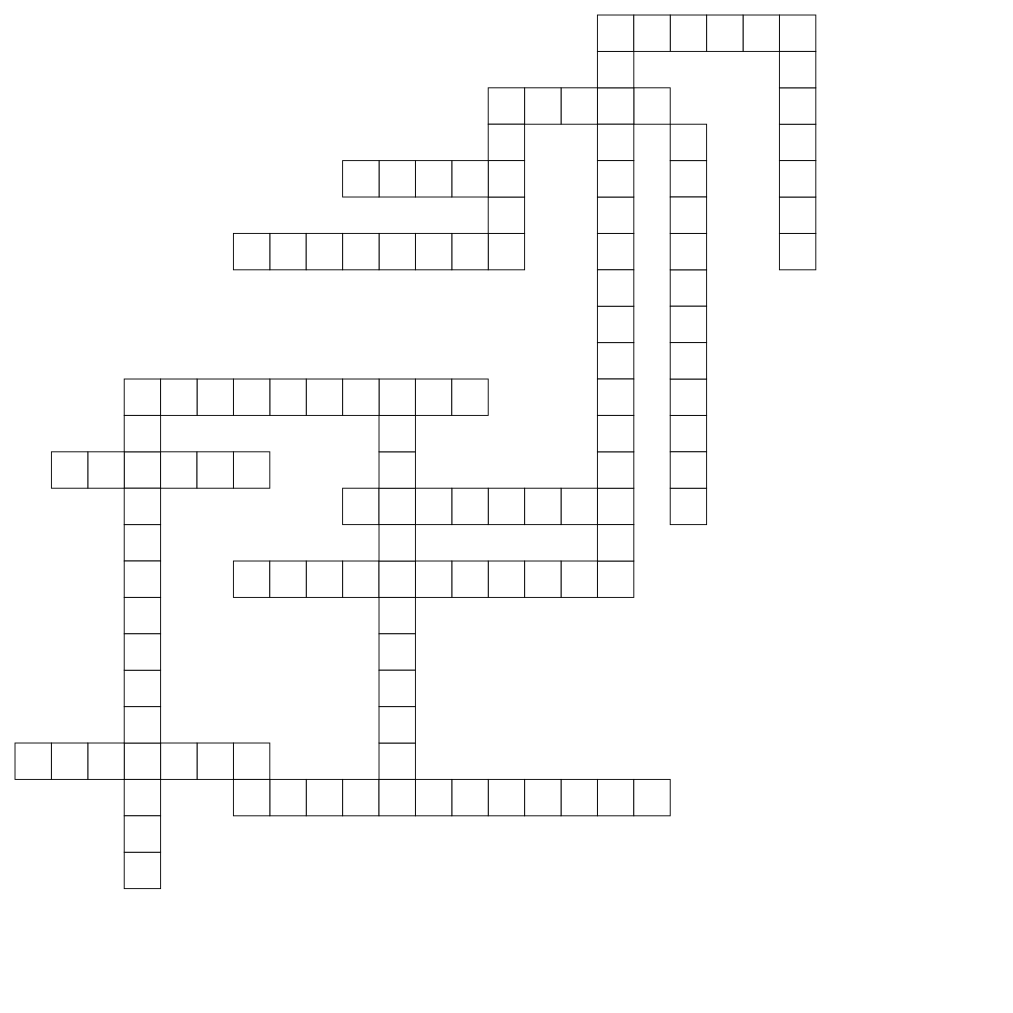
Above: Crossword.drawio in GeorgeShvab/diagrams (draw.io), before the change. Source tidied: cells renumbered, new cells numbered last; positions are measured from the earlier drawing's top-left corner, leaving out a move shared by most shapes. Both pictures are drawn from the tidied source at 91%, with x=0, y=0 at pixel (15, 15).
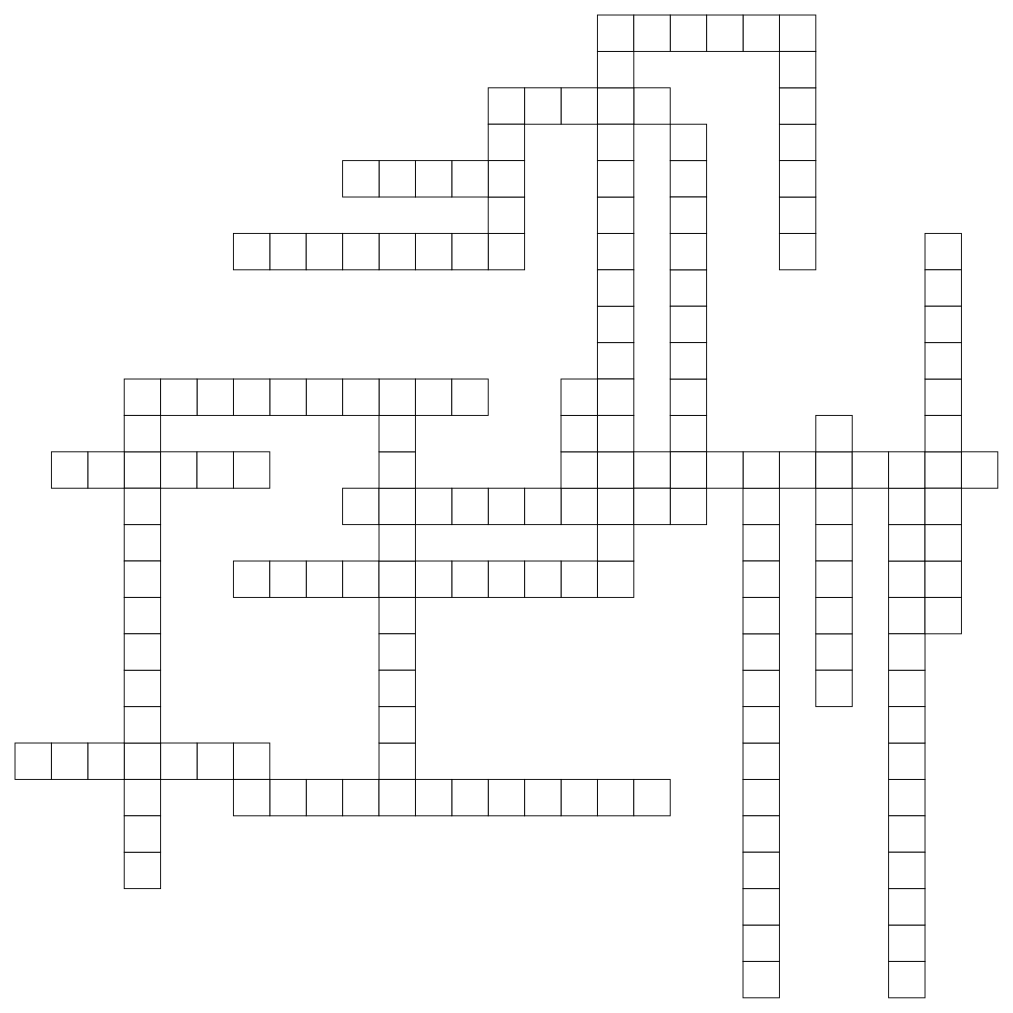
The same page after the edit.

Change to the diagram source:
```diff
@@
-    <mxCell id="8" style="rounded=0;whiteSpace=wrap;html=1;" parent="1" vertex="1">
+    <mxCell id="8" style="rounded=0;whiteSpace=wrap;html=1;fontSize=24;" parent="1" vertex="1">
       <mxGeometry x="640" width="40" height="40" as="geometry" />
     </mxCell>
@@
+    <mxCell id="130" style="rounded=0;whiteSpace=wrap;html=1;" parent="1" vertex="1">
+      <mxGeometry x="800" y="840" width="40" height="40" as="geometry" />
+    </mxCell>
+    <mxCell id="131" style="rounded=0;whiteSpace=wrap;html=1;" parent="1" vertex="1">
+      <mxGeometry x="800" y="880" width="40" height="40" as="geometry" />
+    </mxCell>
+    <mxCell id="132" style="rounded=0;whiteSpace=wrap;html=1;" parent="1" vertex="1">
+      <mxGeometry x="800" y="1000" width="40" height="40" as="geometry" />
+    </mxCell>
+    <mxCell id="133" style="rounded=0;whiteSpace=wrap;html=1;" parent="1" vertex="1">
+      <mxGeometry x="800" y="960" width="40" height="40" as="geometry" />
+    </mxCell>
+    <mxCell id="134" style="rounded=0;whiteSpace=wrap;html=1;" parent="1" vertex="1">
+      <mxGeometry x="800" y="920" width="40" height="40" as="geometry" />
+    </mxCell>
+    <mxCell id="135" style="rounded=0;whiteSpace=wrap;html=1;" parent="1" vertex="1">
+      <mxGeometry x="800" y="1040" width="40" height="40" as="geometry" />
+    </mxCell>
+    <mxCell id="136" style="rounded=0;whiteSpace=wrap;html=1;" parent="1" vertex="1">
+      <mxGeometry x="600" y="480" width="40" height="40" as="geometry" />
+    </mxCell>
+    <mxCell id="137" style="rounded=0;whiteSpace=wrap;html=1;" parent="1" vertex="1">
+      <mxGeometry x="600" y="440" width="40" height="40" as="geometry" />
+    </mxCell>
+    <mxCell id="138" style="rounded=0;whiteSpace=wrap;html=1;" parent="1" vertex="1">
+      <mxGeometry x="600" y="400" width="40" height="40" as="geometry" />
+    </mxCell>
+    <mxCell id="139" style="rounded=0;whiteSpace=wrap;html=1;" parent="1" vertex="1">
+      <mxGeometry x="800" y="560" width="40" height="40" as="geometry" />
+    </mxCell>
+    <mxCell id="140" style="rounded=0;whiteSpace=wrap;html=1;" parent="1" vertex="1">
+      <mxGeometry x="800" y="520" width="40" height="40" as="geometry" />
+    </mxCell>
+    <mxCell id="141" style="rounded=0;whiteSpace=wrap;html=1;" parent="1" vertex="1">
+      <mxGeometry x="800" y="600" width="40" height="40" as="geometry" />
+    </mxCell>
+    <mxCell id="142" style="rounded=0;whiteSpace=wrap;html=1;" parent="1" vertex="1">
+      <mxGeometry x="800" y="720" width="40" height="40" as="geometry" />
+    </mxCell>
+    <mxCell id="143" style="rounded=0;whiteSpace=wrap;html=1;" parent="1" vertex="1">
+      <mxGeometry x="800" y="680" width="40" height="40" as="geometry" />
+    </mxCell>
+    <mxCell id="144" style="rounded=0;whiteSpace=wrap;html=1;" parent="1" vertex="1">
+      <mxGeometry x="800" y="640" width="40" height="40" as="geometry" />
+    </mxCell>
+    <mxCell id="145" style="rounded=0;whiteSpace=wrap;html=1;" parent="1" vertex="1">
+      <mxGeometry x="800" y="800" width="40" height="40" as="geometry" />
+    </mxCell>
+    <mxCell id="146" style="rounded=0;whiteSpace=wrap;html=1;" parent="1" vertex="1">
+      <mxGeometry x="800" y="760" width="40" height="40" as="geometry" />
+    </mxCell>
+    <mxCell id="147" style="rounded=0;whiteSpace=wrap;html=1;" parent="1" vertex="1">
+      <mxGeometry x="800" y="480" width="40" height="40" as="geometry" />
+    </mxCell>
+    <mxCell id="148" style="rounded=0;whiteSpace=wrap;html=1;" parent="1" vertex="1">
+      <mxGeometry x="760" y="480" width="40" height="40" as="geometry" />
+    </mxCell>
+    <mxCell id="149" style="rounded=0;whiteSpace=wrap;html=1;" parent="1" vertex="1">
+      <mxGeometry x="680" y="480" width="40" height="40" as="geometry" />
+    </mxCell>
+    <mxCell id="150" style="rounded=0;whiteSpace=wrap;html=1;" parent="1" vertex="1">
+      <mxGeometry x="680" y="520" width="40" height="40" as="geometry" />
+    </mxCell>
+    <mxCell id="151" style="rounded=0;whiteSpace=wrap;html=1;" parent="1" vertex="1">
+      <mxGeometry x="840" y="480" width="40" height="40" as="geometry" />
+    </mxCell>
+    <mxCell id="152" style="rounded=0;whiteSpace=wrap;html=1;" parent="1" vertex="1">
+      <mxGeometry x="880" y="520" width="40" height="40" as="geometry" />
+    </mxCell>
+    <mxCell id="153" style="rounded=0;whiteSpace=wrap;html=1;" parent="1" vertex="1">
+      <mxGeometry x="880" y="480" width="40" height="40" as="geometry" />
+    </mxCell>
+    <mxCell id="154" style="rounded=0;whiteSpace=wrap;html=1;" parent="1" vertex="1">
+      <mxGeometry x="880" y="560" width="40" height="40" as="geometry" />
+    </mxCell>
+    <mxCell id="155" style="rounded=0;whiteSpace=wrap;html=1;" parent="1" vertex="1">
+      <mxGeometry x="880" y="680" width="40" height="40" as="geometry" />
+    </mxCell>
+    <mxCell id="156" style="rounded=0;whiteSpace=wrap;html=1;" parent="1" vertex="1">
+      <mxGeometry x="880" y="640" width="40" height="40" as="geometry" />
+    </mxCell>
+    <mxCell id="157" style="rounded=0;whiteSpace=wrap;html=1;" parent="1" vertex="1">
+      <mxGeometry x="880" y="600" width="40" height="40" as="geometry" />
+    </mxCell>
+    <mxCell id="158" style="rounded=0;whiteSpace=wrap;html=1;" parent="1" vertex="1">
+      <mxGeometry x="880" y="720" width="40" height="40" as="geometry" />
+    </mxCell>
+    <mxCell id="159" style="rounded=0;whiteSpace=wrap;html=1;" parent="1" vertex="1">
+      <mxGeometry x="880" y="440" width="40" height="40" as="geometry" />
+    </mxCell>
+    <mxCell id="160" style="rounded=0;whiteSpace=wrap;html=1;" parent="1" vertex="1">
+      <mxGeometry x="920" y="480" width="40" height="40" as="geometry" />
+    </mxCell>
+    <mxCell id="161" style="rounded=0;whiteSpace=wrap;html=1;" parent="1" vertex="1">
+      <mxGeometry x="960" y="600" width="40" height="40" as="geometry" />
+    </mxCell>
+    <mxCell id="162" style="rounded=0;whiteSpace=wrap;html=1;" parent="1" vertex="1">
+      <mxGeometry x="960" y="560" width="40" height="40" as="geometry" />
+    </mxCell>
+    <mxCell id="163" style="rounded=0;whiteSpace=wrap;html=1;" parent="1" vertex="1">
+      <mxGeometry x="960" y="520" width="40" height="40" as="geometry" />
+    </mxCell>
+    <mxCell id="164" style="rounded=0;whiteSpace=wrap;html=1;" parent="1" vertex="1">
+      <mxGeometry x="960" y="640" width="40" height="40" as="geometry" />
+    </mxCell>
+    <mxCell id="165" style="rounded=0;whiteSpace=wrap;html=1;" parent="1" vertex="1">
+      <mxGeometry x="960" y="840" width="40" height="40" as="geometry" />
+    </mxCell>
+    <mxCell id="166" style="rounded=0;whiteSpace=wrap;html=1;" parent="1" vertex="1">
+      <mxGeometry x="960" y="880" width="40" height="40" as="geometry" />
+    </mxCell>
+    <mxCell id="167" style="rounded=0;whiteSpace=wrap;html=1;" parent="1" vertex="1">
+      <mxGeometry x="960" y="1000" width="40" height="40" as="geometry" />
+    </mxCell>
+    <mxCell id="168" style="rounded=0;whiteSpace=wrap;html=1;" parent="1" vertex="1">
+      <mxGeometry x="960" y="960" width="40" height="40" as="geometry" />
+    </mxCell>
+    <mxCell id="169" style="rounded=0;whiteSpace=wrap;html=1;" parent="1" vertex="1">
+      <mxGeometry x="960" y="920" width="40" height="40" as="geometry" />
+    </mxCell>
+    <mxCell id="170" style="rounded=0;whiteSpace=wrap;html=1;" parent="1" vertex="1">
+      <mxGeometry x="960" y="1040" width="40" height="40" as="geometry" />
+    </mxCell>
+    <mxCell id="171" style="rounded=0;whiteSpace=wrap;html=1;" parent="1" vertex="1">
+      <mxGeometry x="960" y="720" width="40" height="40" as="geometry" />
+    </mxCell>
+    <mxCell id="172" style="rounded=0;whiteSpace=wrap;html=1;" parent="1" vertex="1">
+      <mxGeometry x="960" y="680" width="40" height="40" as="geometry" />
+    </mxCell>
+    <mxCell id="173" style="rounded=0;whiteSpace=wrap;html=1;" parent="1" vertex="1">
+      <mxGeometry x="960" y="800" width="40" height="40" as="geometry" />
+    </mxCell>
+    <mxCell id="174" style="rounded=0;whiteSpace=wrap;html=1;" parent="1" vertex="1">
+      <mxGeometry x="960" y="760" width="40" height="40" as="geometry" />
+    </mxCell>
+    <mxCell id="175" style="rounded=0;whiteSpace=wrap;html=1;" parent="1" vertex="1">
+      <mxGeometry x="960" y="480" width="40" height="40" as="geometry" />
+    </mxCell>
+    <mxCell id="176" style="rounded=0;whiteSpace=wrap;html=1;" parent="1" vertex="1">
+      <mxGeometry x="1000" y="480" width="40" height="40" as="geometry" />
+    </mxCell>
+    <mxCell id="177" style="rounded=0;whiteSpace=wrap;html=1;" parent="1" vertex="1">
+      <mxGeometry x="1040" y="480" width="40" height="40" as="geometry" />
+    </mxCell>
+    <mxCell id="178" style="rounded=0;whiteSpace=wrap;html=1;" parent="1" vertex="1">
+      <mxGeometry x="1000" y="600" width="40" height="40" as="geometry" />
+    </mxCell>
+    <mxCell id="179" style="rounded=0;whiteSpace=wrap;html=1;" parent="1" vertex="1">
+      <mxGeometry x="1000" y="560" width="40" height="40" as="geometry" />
+    </mxCell>
+    <mxCell id="180" style="rounded=0;whiteSpace=wrap;html=1;" parent="1" vertex="1">
+      <mxGeometry x="1000" y="520" width="40" height="40" as="geometry" />
+    </mxCell>
+    <mxCell id="181" style="rounded=0;whiteSpace=wrap;html=1;" parent="1" vertex="1">
+      <mxGeometry x="1000" y="640" width="40" height="40" as="geometry" />
+    </mxCell>
+    <mxCell id="182" style="rounded=0;whiteSpace=wrap;html=1;" parent="1" vertex="1">
+      <mxGeometry x="1000" y="240" width="40" height="40" as="geometry" />
+    </mxCell>
+    <mxCell id="183" style="rounded=0;whiteSpace=wrap;html=1;" parent="1" vertex="1">
+      <mxGeometry x="1000" y="280" width="40" height="40" as="geometry" />
+    </mxCell>
+    <mxCell id="184" style="rounded=0;whiteSpace=wrap;html=1;" parent="1" vertex="1">
+      <mxGeometry x="1000" y="400" width="40" height="40" as="geometry" />
+    </mxCell>
+    <mxCell id="185" style="rounded=0;whiteSpace=wrap;html=1;" parent="1" vertex="1">
+      <mxGeometry x="1000" y="360" width="40" height="40" as="geometry" />
+    </mxCell>
+    <mxCell id="186" style="rounded=0;whiteSpace=wrap;html=1;" parent="1" vertex="1">
+      <mxGeometry x="1000" y="320" width="40" height="40" as="geometry" />
+    </mxCell>
+    <mxCell id="187" style="rounded=0;whiteSpace=wrap;html=1;" parent="1" vertex="1">
+      <mxGeometry x="1000" y="440" width="40" height="40" as="geometry" />
+    </mxCell>
```
